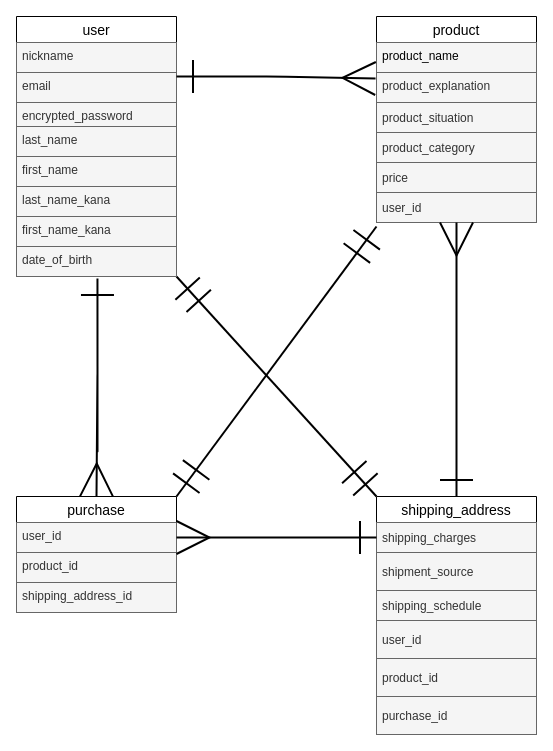
The draw.io diagram furimaER.dio in kujira3206/furima-36477, before the edit. Source tidied: cells renumbered, new cells numbered last; positions are measured from the earlier drawing's top-left corner, leaving out a move shared by most shapes. Both pictures are drawn from the tidied source at 100%, with x=0, y=0 at pixel (16, 16).
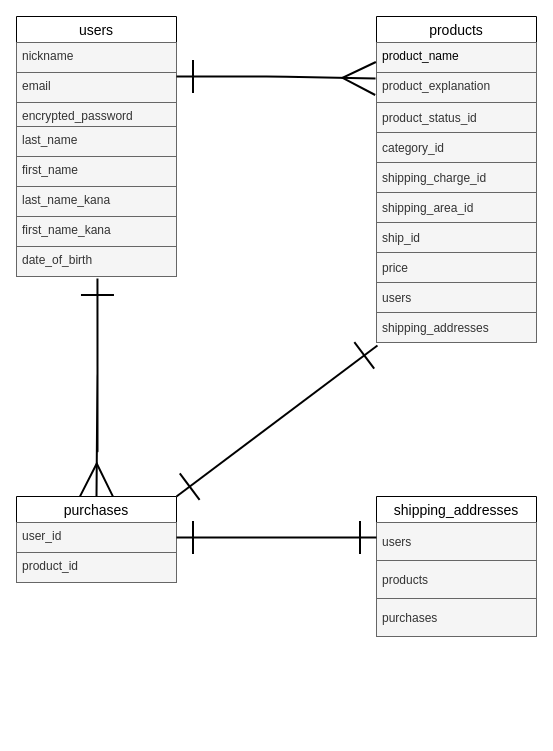
The same page after the edit.

Unchanged cells that the change refers to:
```xml
<mxCell id="21" value="user_id" style="text;strokeColor=#666666;fillColor=#f5f5f5;spacingLeft=4;spacingRight=4;overflow=hidden;points=[[0,0.5],[1,0.5]];portConstraint=eastwest;fontSize=12;fontColor=#333333;" parent="20" vertex="1">
  <mxGeometry y="26" width="160" height="30" as="geometry" />
</mxCell>
```

What changed in the source:
```diff
@@
-    <mxCell id="2" style="edgeStyle=none;html=1;exitX=1;exitY=1;exitDx=0;exitDy=0;entryX=0;entryY=0;entryDx=0;entryDy=0;fontColor=#000000;startArrow=ERmandOne;startFill=0;endArrow=ERmandOne;endFill=0;startSize=30;endSize=30;strokeColor=#000000;strokeWidth=2;" parent="1" edge="1" source="3" target="28">
-      <mxGeometry relative="1" as="geometry" />
-    </mxCell>
-    <mxCell id="3" value="user" style="swimlane;fontStyle=0;horizontal=1;startSize=26;align=center;fontSize=14;" parent="1" vertex="1">
+    <mxCell id="3" value="users" style="swimlane;fontStyle=0;horizontal=1;startSize=26;align=center;fontSize=14;" parent="1" vertex="1">
       <mxGeometry width="160" height="260" as="geometry" />
     </mxCell>
@@
-    <mxCell id="12" value="product" style="swimlane;fontStyle=0;horizontal=1;startSize=26;align=center;fontSize=14;" parent="1" vertex="1">
-      <mxGeometry x="360" width="160" height="206" as="geometry" />
+    <mxCell id="12" value="products" style="swimlane;fontStyle=0;horizontal=1;startSize=26;align=center;fontSize=14;" parent="1" vertex="1">
+      <mxGeometry x="360" width="160" height="326" as="geometry" />
     </mxCell>
@@
-    <mxCell id="15" value="product_situation" style="text;strokeColor=#666666;fillColor=#f5f5f5;spacingLeft=4;spacingRight=4;overflow=hidden;fontSize=12;verticalAlign=middle;fontColor=#333333;" parent="12" vertex="1">
+    <mxCell id="15" value="product_status_id" style="text;strokeColor=#666666;fillColor=#f5f5f5;spacingLeft=4;spacingRight=4;overflow=hidden;fontSize=12;verticalAlign=middle;fontColor=#333333;" parent="12" vertex="1">
       <mxGeometry y="86" width="160" height="30" as="geometry" />
     </mxCell>
+    <mxCell id="36" value="category_id" style="text;spacingLeft=4;spacingRight=4;overflow=hidden;fontSize=12;verticalAlign=middle;sketch=0;fillColor=#f5f5f5;fontColor=#333333;strokeColor=#666666;" parent="12" vertex="1">
+      <mxGeometry y="116" width="160" height="30" as="geometry" />
+    </mxCell>
-    <mxCell id="16" value="product_category" style="text;spacingLeft=4;spacingRight=4;overflow=hidden;fontSize=12;verticalAlign=middle;sketch=0;fillColor=#f5f5f5;fontColor=#333333;strokeColor=#666666;" parent="12" vertex="1">
-      <mxGeometry y="116" width="160" height="30" as="geometry" />
+    <mxCell id="16" value="shipping_charge_id" style="text;spacingLeft=4;spacingRight=4;overflow=hidden;fontSize=12;verticalAlign=middle;sketch=0;fillColor=#f5f5f5;fontColor=#333333;strokeColor=#666666;" parent="12" vertex="1">
+      <mxGeometry y="146" width="160" height="30" as="geometry" />
     </mxCell>
+    <mxCell id="37" value="shipping_area_id" style="text;spacingLeft=4;spacingRight=4;overflow=hidden;fontSize=12;verticalAlign=middle;sketch=0;fillColor=#f5f5f5;fontColor=#333333;strokeColor=#666666;" parent="12" vertex="1">
+      <mxGeometry y="176" width="160" height="30" as="geometry" />
+    </mxCell>
+    <mxCell id="38" value="ship_id" style="text;spacingLeft=4;spacingRight=4;overflow=hidden;fontSize=12;verticalAlign=middle;sketch=0;fillColor=#f5f5f5;fontColor=#333333;strokeColor=#666666;" parent="12" vertex="1">
+      <mxGeometry y="206" width="160" height="30" as="geometry" />
+    </mxCell>
     <mxCell id="17" value="price" style="text;strokeColor=#666666;fillColor=#f5f5f5;spacingLeft=4;spacingRight=4;overflow=hidden;fontSize=12;verticalAlign=middle;fontColor=#333333;" parent="12" vertex="1">
-      <mxGeometry y="146" width="160" height="30" as="geometry" />
+      <mxGeometry y="236" width="160" height="30" as="geometry" />
     </mxCell>
-    <mxCell id="18" value="user_id" style="text;strokeColor=#666666;fillColor=#f5f5f5;spacingLeft=4;spacingRight=4;overflow=hidden;points=[[0,0.5],[1,0.5]];portConstraint=eastwest;fontSize=12;verticalAlign=middle;fontColor=#333333;" parent="12" vertex="1">
-      <mxGeometry y="176" width="160" height="30" as="geometry" />
+    <mxCell id="18" value="users" style="text;strokeColor=#666666;fillColor=#f5f5f5;spacingLeft=4;spacingRight=4;overflow=hidden;points=[[0,0.5],[1,0.5]];portConstraint=eastwest;fontSize=12;verticalAlign=middle;fontColor=#333333;" parent="12" vertex="1">
+      <mxGeometry y="266" width="160" height="30" as="geometry" />
     </mxCell>
+    <mxCell id="39" value="shipping_addresses" style="text;spacingLeft=4;spacingRight=4;overflow=hidden;points=[[0,0.5],[1,0.5]];portConstraint=eastwest;fontSize=12;verticalAlign=middle;sketch=0;fillColor=#f5f5f5;fontColor=#333333;strokeColor=#666666;" parent="12" vertex="1">
+      <mxGeometry y="296" width="160" height="30" as="geometry" />
+    </mxCell>
@@
-    <mxCell id="20" value="purchase" style="swimlane;fontStyle=0;horizontal=1;startSize=26;align=center;fontSize=14;" parent="1" vertex="1">
-      <mxGeometry y="480" width="160" height="116" as="geometry" />
+    <mxCell id="20" value="purchases" style="swimlane;fontStyle=0;horizontal=1;startSize=26;align=center;fontSize=14;" parent="1" vertex="1">
+      <mxGeometry y="480" width="160" height="86" as="geometry" />
     </mxCell>
@@
-    <mxCell id="24" value="shipping_address_id" style="text;strokeColor=#666666;fillColor=#f5f5f5;spacingLeft=4;spacingRight=4;overflow=hidden;fontSize=12;fontColor=#333333;" parent="20" vertex="1">
-      <mxGeometry y="86" width="160" height="30" as="geometry" />
-    </mxCell>
@@
-    <mxCell id="26" style="edgeStyle=none;html=1;startArrow=ERmandOne;startFill=0;endArrow=ERmandOne;endFill=0;startSize=30;endSize=30;strokeColor=#000000;strokeWidth=2;exitX=1;exitY=0;exitDx=0;exitDy=0;" parent="1" edge="1" source="20">
-      <mxGeometry relative="1" as="geometry">
-        <mxPoint x="360" y="210" as="targetPoint" />
-      </mxGeometry>
+    <mxCell id="26" style="edgeStyle=none;html=1;startArrow=ERone;startFill=0;endArrow=ERone;endFill=0;startSize=30;endSize=30;strokeColor=#000000;strokeWidth=2;exitX=1;exitY=0;exitDx=0;exitDy=0;entryX=0.006;entryY=1.1;entryDx=0;entryDy=0;entryPerimeter=0;" parent="1" edge="1" source="20" target="39">
+      <mxGeometry relative="1" as="geometry" />
     </mxCell>
-    <mxCell id="27" style="edgeStyle=none;html=1;exitX=0.5;exitY=0;exitDx=0;exitDy=0;fontColor=#000000;strokeColor=#000000;strokeWidth=2;endArrow=ERmany;endFill=0;startArrow=ERone;startFill=0;endSize=30;startSize=30;" parent="1" edge="1" source="28" target="18">
-      <mxGeometry relative="1" as="geometry" />
-    </mxCell>
-    <mxCell id="28" value="shipping_address" style="swimlane;fontStyle=0;horizontal=1;startSize=26;align=center;fontSize=14;" parent="1" vertex="1">
-      <mxGeometry x="360" y="480" width="160" height="238" as="geometry" />
+    <mxCell id="28" value="shipping_addresses" style="swimlane;fontStyle=0;horizontal=1;startSize=26;align=center;fontSize=14;" parent="1" vertex="1">
+      <mxGeometry x="360" y="480" width="160" height="140" as="geometry" />
     </mxCell>
-    <mxCell id="29" value="shipping_charges" style="text;strokeColor=#666666;fillColor=#f5f5f5;spacingLeft=4;spacingRight=4;overflow=hidden;points=[[0,0.5],[1,0.5]];portConstraint=eastwest;fontSize=12;verticalAlign=middle;fontColor=#333333;" parent="28" vertex="1">
-      <mxGeometry y="26" width="160" height="30" as="geometry" />
-    </mxCell>
-    <mxCell id="30" value="shipment_source" style="text;strokeColor=#666666;fillColor=#f5f5f5;spacingLeft=4;spacingRight=4;overflow=hidden;fontSize=12;verticalAlign=middle;fontColor=#333333;" parent="28" vertex="1">
-      <mxGeometry y="56" width="160" height="38" as="geometry" />
-    </mxCell>
-    <mxCell id="31" value="shipping_schedule" style="text;strokeColor=#666666;fillColor=#f5f5f5;spacingLeft=4;spacingRight=4;overflow=hidden;fontSize=12;verticalAlign=middle;fontColor=#333333;" parent="28" vertex="1">
-      <mxGeometry y="94" width="160" height="30" as="geometry" />
-    </mxCell>
-    <mxCell id="32" value="user_id" style="text;strokeColor=#666666;fillColor=#f5f5f5;spacingLeft=4;spacingRight=4;overflow=hidden;fontSize=12;verticalAlign=middle;fontColor=#333333;" parent="28" vertex="1">
-      <mxGeometry y="124" width="160" height="38" as="geometry" />
+    <mxCell id="32" value="users" style="text;strokeColor=#666666;fillColor=#f5f5f5;spacingLeft=4;spacingRight=4;overflow=hidden;fontSize=12;verticalAlign=middle;fontColor=#333333;" parent="28" vertex="1">
+      <mxGeometry y="26" width="160" height="38" as="geometry" />
     </mxCell>
-    <mxCell id="33" value="product_id" style="text;strokeColor=#666666;fillColor=#f5f5f5;spacingLeft=4;spacingRight=4;overflow=hidden;fontSize=12;verticalAlign=middle;fontColor=#333333;" parent="28" vertex="1">
-      <mxGeometry y="162" width="160" height="38" as="geometry" />
+    <mxCell id="33" value="products" style="text;strokeColor=#666666;fillColor=#f5f5f5;spacingLeft=4;spacingRight=4;overflow=hidden;fontSize=12;verticalAlign=middle;fontColor=#333333;" parent="28" vertex="1">
+      <mxGeometry y="64" width="160" height="38" as="geometry" />
     </mxCell>
-    <mxCell id="34" value="purchase_id" style="text;strokeColor=#666666;fillColor=#f5f5f5;spacingLeft=4;spacingRight=4;overflow=hidden;fontSize=12;verticalAlign=middle;fontColor=#333333;" parent="28" vertex="1">
-      <mxGeometry y="200" width="160" height="38" as="geometry" />
+    <mxCell id="34" value="purchases" style="text;strokeColor=#666666;fillColor=#f5f5f5;spacingLeft=4;spacingRight=4;overflow=hidden;fontSize=12;verticalAlign=middle;fontColor=#333333;" parent="28" vertex="1">
+      <mxGeometry y="102" width="160" height="38" as="geometry" />
     </mxCell>
-    <mxCell id="35" style="edgeStyle=none;html=1;exitX=0;exitY=0.5;exitDx=0;exitDy=0;fontColor=#000000;startArrow=ERone;startFill=0;endArrow=ERmany;endFill=0;startSize=30;endSize=30;strokeColor=#000000;strokeWidth=2;" parent="1" edge="1" source="29" target="21">
-      <mxGeometry relative="1" as="geometry" />
+    <mxCell id="35" style="edgeStyle=none;html=1;exitX=0;exitY=0.5;exitDx=0;exitDy=0;fontColor=#000000;startArrow=ERone;startFill=0;endArrow=ERone;endFill=0;startSize=30;endSize=30;strokeColor=#000000;strokeWidth=2;" parent="1" edge="1" target="21">
+      <mxGeometry relative="1" as="geometry">
+        <mxPoint x="360" y="521" as="sourcePoint" />
+      </mxGeometry>
     </mxCell>
```
